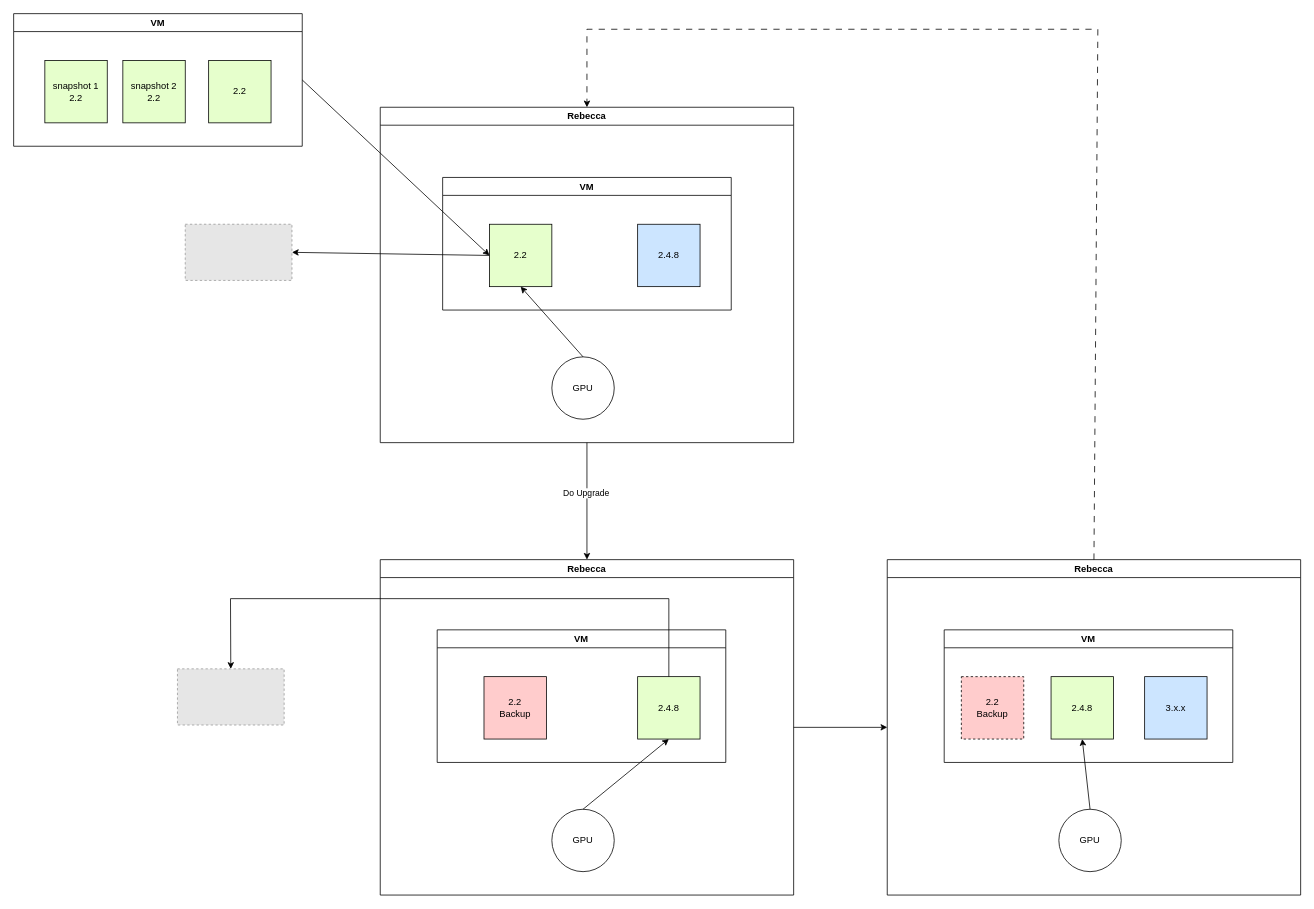
The draw.io diagram cvat-deployment.drawio in QAlexBall/diagrams, before the edit. Source tidied: cells renumbered, new cells numbered last; positions are measured from the earlier drawing's top-left corner, leaving out a move shared by most shapes. Both pictures are drawn from the tidied source at 78%, with x=0, y=0 at pixel (13, 13). Pictures stored in the file or linked from it are replaced by grey dashed boxes.
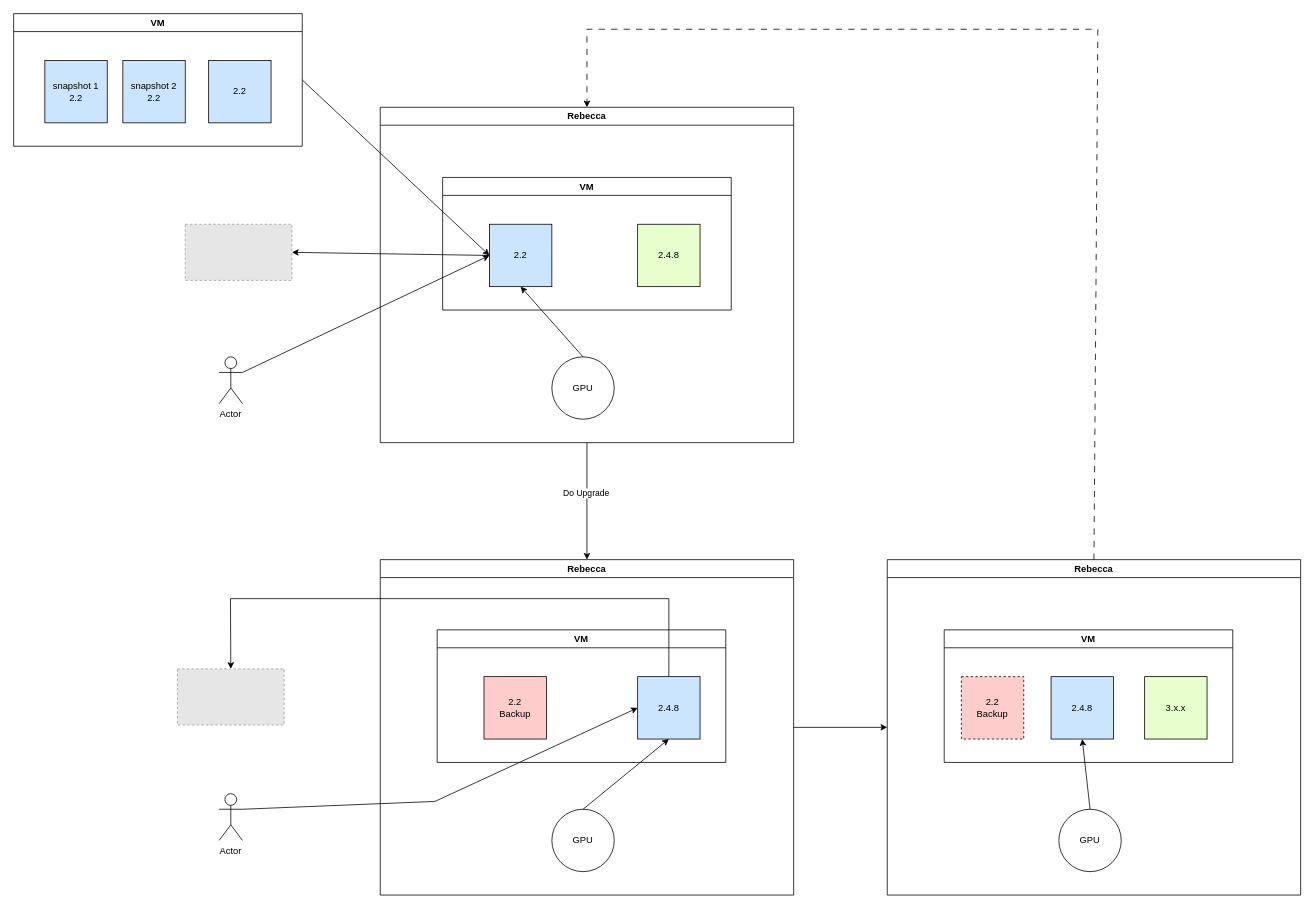
The same diagram, later.

The change refers to these unchanged cells:
```xml
<mxCell id="4" value="Rebecca" style="swimlane;whiteSpace=wrap;html=1;" parent="1" vertex="1">
  <mxGeometry x="470" y="120" width="530" height="430" as="geometry" />
</mxCell>
<mxCell id="12" value="Rebecca" style="swimlane;whiteSpace=wrap;html=1;" parent="1" vertex="1">
  <mxGeometry x="470" y="700" width="530" height="430" as="geometry" />
</mxCell>
<mxCell id="21" value="Rebecca" style="swimlane;whiteSpace=wrap;html=1;" parent="1" vertex="1">
  <mxGeometry x="1120" y="700" width="530" height="430" as="geometry" />
</mxCell>
<mxCell id="29" value="VM" style="swimlane;whiteSpace=wrap;html=1;" parent="1" vertex="1">
  <mxGeometry width="370" height="170" as="geometry" />
</mxCell>
```

What changed in the source:
```diff
@@
-    <mxCell id="2" value="2.2" style="whiteSpace=wrap;html=1;fillColor=#E6FFCC;" parent="1" vertex="1">
+    <mxCell id="2" value="2.2" style="whiteSpace=wrap;html=1;fillColor=#CCE5FF;" parent="1" vertex="1">
       <mxGeometry x="610" y="270" width="80" height="80" as="geometry" />
     </mxCell>
@@
-    <mxCell id="6" value="2.4.8" style="whiteSpace=wrap;html=1;fillColor=#CCE5FF;" parent="4" vertex="1">
+    <mxCell id="6" value="2.4.8" style="whiteSpace=wrap;html=1;fillColor=#E6FFCC;" parent="4" vertex="1">
       <mxGeometry x="330" y="150" width="80" height="80" as="geometry" />
     </mxCell>
@@
-    <mxCell id="14" value="2.4.8" style="whiteSpace=wrap;html=1;fillColor=#E6FFCC;" parent="12" vertex="1">
+    <mxCell id="14" value="2.4.8" style="whiteSpace=wrap;html=1;fillColor=#CCE5FF;" parent="12" vertex="1">
       <mxGeometry x="330" y="150" width="80" height="80" as="geometry" />
     </mxCell>
@@
-    <mxCell id="23" value="2.4.8" style="whiteSpace=wrap;html=1;fillColor=#E6FFCC;" parent="21" vertex="1">
+    <mxCell id="23" value="2.4.8" style="whiteSpace=wrap;html=1;fillColor=#CCE5FF;" parent="21" vertex="1">
       <mxGeometry x="210" y="150" width="80" height="80" as="geometry" />
     </mxCell>
@@
-    <mxCell id="26" value="3.x.x" style="whiteSpace=wrap;html=1;fillColor=#CCE5FF;" parent="21" vertex="1">
+    <mxCell id="26" value="3.x.x" style="whiteSpace=wrap;html=1;fillColor=#E6FFCC;" parent="21" vertex="1">
       <mxGeometry x="330" y="150" width="80" height="80" as="geometry" />
     </mxCell>
@@
-    <mxCell id="30" value="snapshot 2&lt;br&gt;2.2" style="whiteSpace=wrap;html=1;fillColor=#E6FFCC;" parent="29" vertex="1">
+    <mxCell id="30" value="snapshot 2&lt;br&gt;2.2" style="whiteSpace=wrap;html=1;fillColor=#CCE5FF;" parent="29" vertex="1">
       <mxGeometry x="140" y="60" width="80" height="80" as="geometry" />
     </mxCell>
-    <mxCell id="31" value="2.2" style="whiteSpace=wrap;html=1;fillColor=#E6FFCC;" parent="29" vertex="1">
+    <mxCell id="31" value="2.2" style="whiteSpace=wrap;html=1;fillColor=#CCE5FF;" parent="29" vertex="1">
       <mxGeometry x="250" y="60" width="80" height="80" as="geometry" />
     </mxCell>
-    <mxCell id="32" value="snapshot 1&lt;br&gt;2.2" style="whiteSpace=wrap;html=1;fillColor=#E6FFCC;" parent="29" vertex="1">
+    <mxCell id="32" value="snapshot 1&lt;br&gt;2.2" style="whiteSpace=wrap;html=1;fillColor=#CCE5FF;" parent="29" vertex="1">
       <mxGeometry x="40" y="60" width="80" height="80" as="geometry" />
     </mxCell>
@@
+    <mxCell id="34" value="Actor" style="shape=umlActor;verticalLabelPosition=bottom;verticalAlign=top;html=1;outlineConnect=0;" parent="1" vertex="1">
+      <mxGeometry x="263.4" y="440" width="30" height="60" as="geometry" />
+    </mxCell>
+    <mxCell id="35" style="endArrow=classic;html=1;rounded=0;exitX=1;exitY=0.3333333333333333;exitDx=0;exitDy=0;exitPerimeter=0;entryX=0;entryY=0.5;entryDx=0;entryDy=0;" parent="1" edge="1" source="34" target="2">
+      <mxGeometry relative="1" as="geometry" />
+    </mxCell>
+    <mxCell id="36" value="Actor" style="shape=umlActor;verticalLabelPosition=bottom;verticalAlign=top;html=1;outlineConnect=0;" parent="1" vertex="1">
+      <mxGeometry x="263.4" y="1000" width="30" height="60" as="geometry" />
+    </mxCell>
+    <mxCell id="37" style="endArrow=classic;html=1;rounded=0;exitX=1;exitY=0.3333333333333333;exitDx=0;exitDy=0;exitPerimeter=0;entryX=0;entryY=0.5;entryDx=0;entryDy=0;" parent="1" edge="1" source="36" target="14">
+      <mxGeometry relative="1" as="geometry">
+        <Array as="points">
+          <mxPoint x="540" y="1010" />
+        </Array>
+      </mxGeometry>
+    </mxCell>
```
